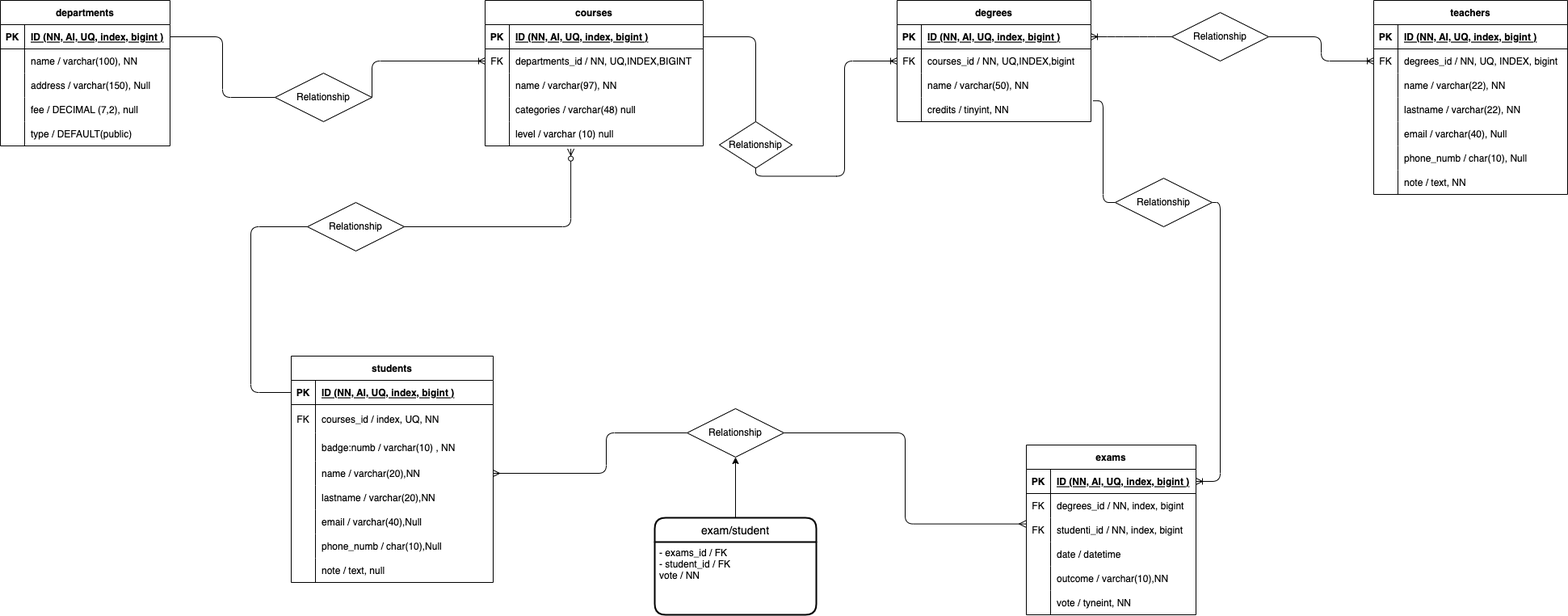
The draw.io diagram schema.png in Francesco-Iannuzzi/db-university, before a commit. Source tidied: cells renumbered, new cells last; positions are measured from the earlier drawing's top-left corner, leaving out a move shared by most shapes.
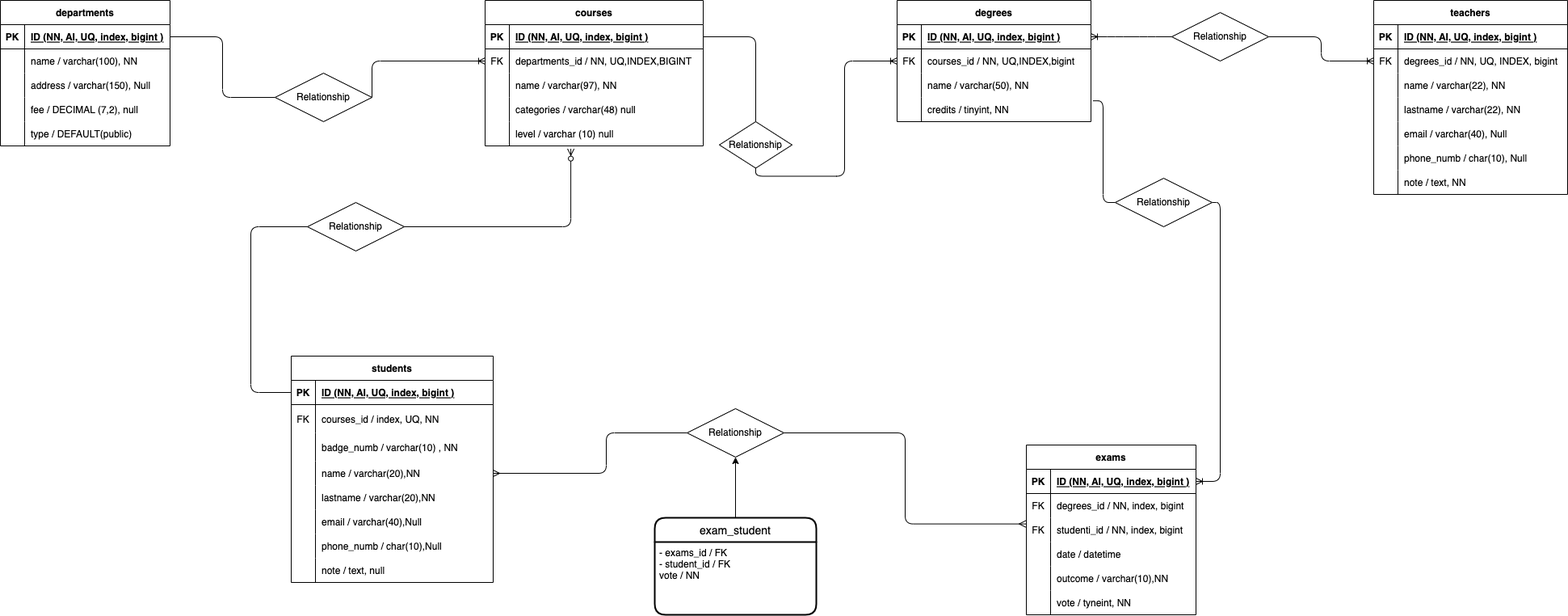
After the commit.

Change to the diagram source:
```diff
@@ -230,7 +230,7 @@
     <mxCell id="77" style="shape=partialRectangle;fillColor=none;top=0;left=0;bottom=0;right=0;overflow=hidden;" parent="76" vertex="1">
       <mxGeometry width="30" height="35" as="geometry" />
     </mxCell>
-    <mxCell id="78" value="badge:numb / varchar(10) , NN" style="shape=partialRectangle;fillColor=none;top=0;left=0;bottom=0;right=0;align=left;spacingLeft=6;overflow=hidden;" parent="76" vertex="1">
+    <mxCell id="78" value="badge_numb / varchar(10) , NN" style="shape=partialRectangle;fillColor=none;top=0;left=0;bottom=0;right=0;align=left;spacingLeft=6;overflow=hidden;" parent="76" vertex="1">
       <mxGeometry x="30" width="220" height="35" as="geometry" />
     </mxCell>
     <mxCell id="79" style="shape=tableRow;horizontal=0;startSize=0;swimlaneHead=0;swimlaneBody=0;fillColor=none;points=[[0,0.5],[1,0.5]];portConstraint=eastwest;top=0;left=0;right=0;bottom=0;" parent="69" vertex="1">
@@ -354,7 +354,7 @@
     <mxCell id="117" style="edgeStyle=orthogonalEdgeStyle;html=1;exitX=0.5;exitY=0;exitDx=0;exitDy=0;entryX=0.5;entryY=1;entryDx=0;entryDy=0;" parent="1" edge="1" source="118" target="126">
       <mxGeometry relative="1" as="geometry" />
     </mxCell>
-    <mxCell id="118" value="exam/student" style="swimlane;horizontal=1;startSize=30;rounded=1;fontSize=14;fontStyle=0;strokeWidth=2;shadow=0;dashed=0;align=center;" parent="1" vertex="1">
+    <mxCell id="118" value="exam_student" style="swimlane;horizontal=1;startSize=30;rounded=1;fontSize=14;fontStyle=0;strokeWidth=2;shadow=0;dashed=0;align=center;" parent="1" vertex="1">
       <mxGeometry x="810" y="640" width="200" height="120" as="geometry" />
     </mxCell>
     <mxCell id="119" value="- exams_id / FK &#10;- student_id / FK&#10;vote / NN" style="align=left;strokeColor=none;fillColor=none;spacingLeft=4;fontSize=12;verticalAlign=top;" parent="118" vertex="1">
```
